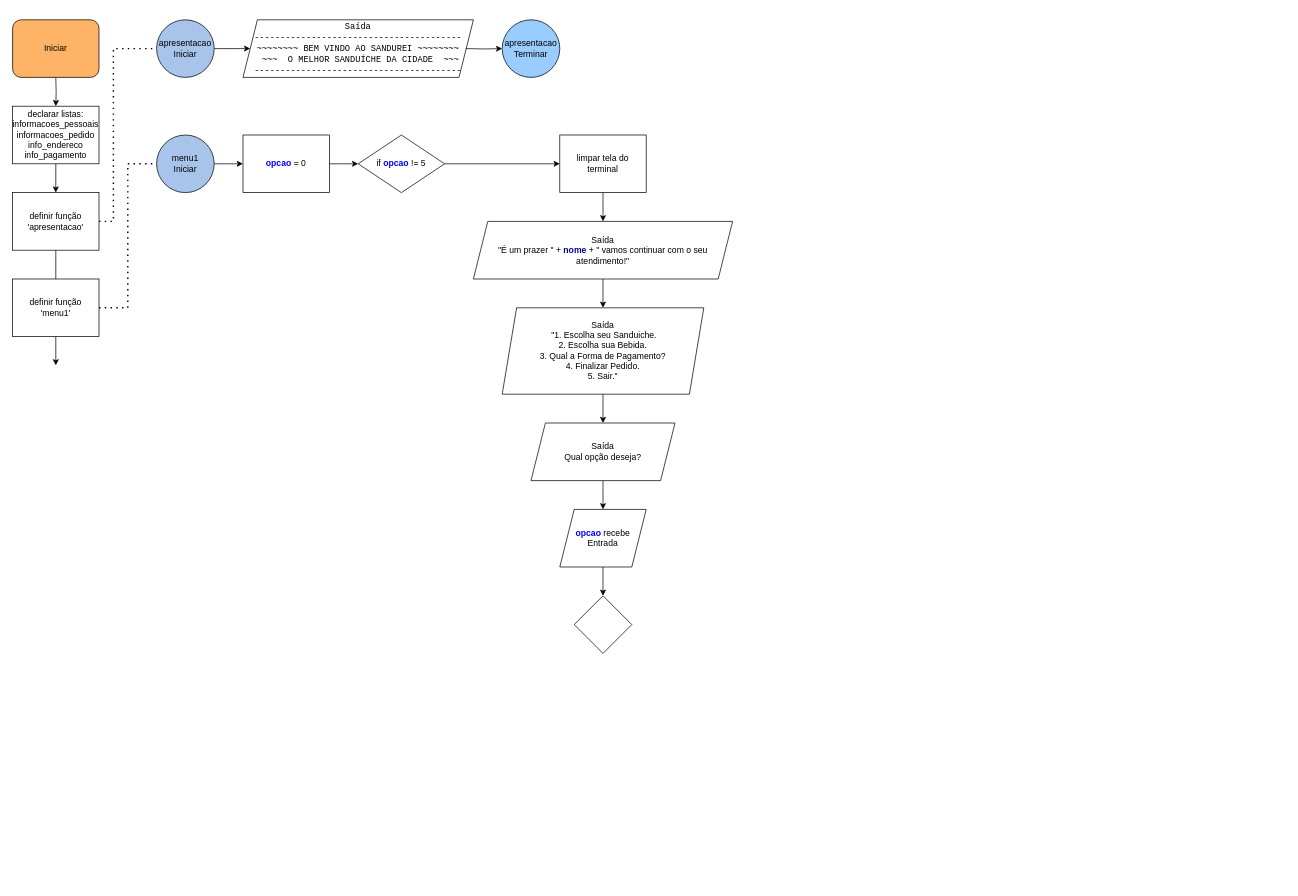
The draw.io diagram Projeto 1/fluxo.drawio in alsantosad/SENAC_RESILIA_ANALISE_DE_DADOS, before the edit. Source tidied: cells renumbered, new cells numbered last; positions are measured from the earlier drawing's top-left corner, leaving out a move shared by most shapes. Both pictures are drawn from the tidied source at 72%, with x=0, y=0 at pixel (12, 19).
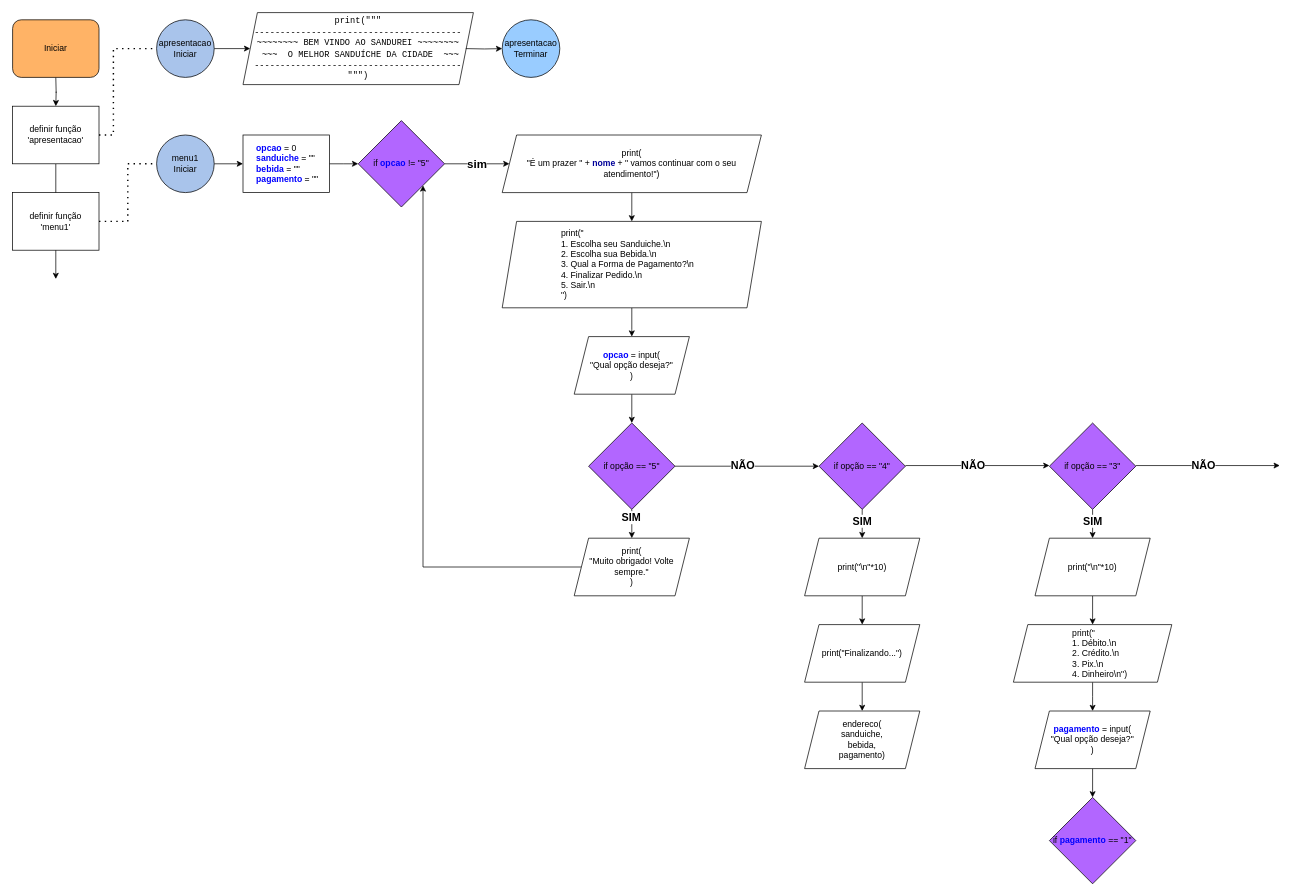
The same diagram, later.

The change refers to these unchanged cells:
```xml
<mxCell id="9" value="&lt;div&gt;apresentacao&lt;/div&gt;&lt;div&gt;Iniciar&lt;/div&gt;" style="ellipse;whiteSpace=wrap;html=1;fillColor=#A9C4EB;" parent="1" vertex="1">
  <mxGeometry x="200" width="80" height="80" as="geometry" />
</mxCell>
<mxCell id="16" value="&lt;div&gt;menu1&lt;/div&gt;&lt;div&gt;Iniciar&lt;/div&gt;" style="ellipse;whiteSpace=wrap;html=1;fillColor=#A9C4EB;" parent="1" vertex="1">
  <mxGeometry x="200" y="160" width="80" height="80" as="geometry" />
</mxCell>
```

What changed in the source:
```diff
@@
-    <mxCell id="2" style="edgeStyle=orthogonalEdgeStyle;rounded=0;jettySize=auto;html=1;entryX=0.5;entryY=0;entryDx=0;entryDy=0;" parent="1" edge="1" target="4">
+    <mxCell id="2" style="edgeStyle=orthogonalEdgeStyle;rounded=0;orthogonalLoop=1;jettySize=auto;html=1;entryX=0.5;entryY=0;entryDx=0;entryDy=0;" parent="1" edge="1">
       <mxGeometry relative="1" as="geometry">
         <mxPoint x="60" y="80" as="sourcePoint" />
+        <mxPoint x="60" y="120" as="targetPoint" />
       </mxGeometry>
     </mxCell>
-    <mxCell id="3" style="edgeStyle=orthogonalEdgeStyle;rounded=0;jettySize=auto;html=1;" parent="1" edge="1" source="4" target="7">
-      <mxGeometry relative="1" as="geometry" />
-    </mxCell>
-    <mxCell id="4" value="&lt;div&gt;declarar listas:&lt;/div&gt;&lt;div&gt;informacoes_pessoais&lt;/div&gt;&lt;div&gt;informacoes_pedido&lt;/div&gt;&lt;div&gt;info_endereco&lt;/div&gt;&lt;div&gt;info_pagamento&lt;br&gt;&lt;/div&gt;" style="rounded=0;whiteSpace=wrap;html=1;" parent="1" vertex="1">
-      <mxGeometry y="120" width="120" height="80" as="geometry" />
-    </mxCell>
@@
     <mxCell id="6" style="edgeStyle=orthogonalEdgeStyle;rounded=0;jettySize=auto;html=1;" parent="1" edge="1" source="7">
       <mxGeometry relative="1" as="geometry">
-        <mxPoint x="60" y="480" as="targetPoint" />
+        <mxPoint x="60" y="360" as="targetPoint" />
       </mxGeometry>
     </mxCell>
     <mxCell id="7" value="&lt;div&gt;definir função&lt;/div&gt;&lt;div&gt;'apresentacao'&lt;br&gt;&lt;/div&gt;" style="rounded=0;whiteSpace=wrap;html=1;" parent="1" vertex="1">
-      <mxGeometry y="240" width="120" height="80" as="geometry" />
+      <mxGeometry y="120" width="120" height="80" as="geometry" />
     </mxCell>
@@
-    <mxCell id="11" value="&lt;div style=&quot;&quot;&gt;&lt;font face=&quot;Consolas&quot;&gt;Saída&lt;/font&gt;&lt;/div&gt;&lt;div style=&quot;&quot;&gt;&lt;font face=&quot;Consolas&quot;&gt;----------------------------------------&lt;/font&gt;&lt;/div&gt;&lt;div style=&quot;&quot;&gt;&lt;font face=&quot;Consolas&quot;&gt;~~~~~~~~ BEM VINDO AO SANDUREI ~~~~~~~~&lt;/font&gt;&lt;/div&gt;&lt;div style=&quot;&quot;&gt;&lt;font face=&quot;Consolas&quot;&gt;&amp;nbsp;~~~&amp;nbsp; O MELHOR SANDUÍCHE DA CIDADE&amp;nbsp; ~~~&lt;/font&gt;&lt;/div&gt;&lt;div style=&quot;&quot;&gt;&lt;font face=&quot;Consolas&quot;&gt;----------------------------------------&lt;/font&gt;&lt;/div&gt;" style="shape=parallelogram;perimeter=parallelogramPerimeter;whiteSpace=wrap;html=1;fixedSize=1;align=center;" parent="1" vertex="1">
-      <mxGeometry x="320" width="320" height="80" as="geometry" />
+    <mxCell id="11" value="&lt;div style=&quot;&quot;&gt;&lt;span style=&quot;font-family: Consolas; background-color: initial;&quot;&gt;print(&quot;&quot;&quot;&lt;/span&gt;&lt;/div&gt;&lt;div style=&quot;&quot;&gt;&lt;span style=&quot;font-family: Consolas; background-color: initial;&quot;&gt;----------------------------------------&lt;/span&gt;&lt;br&gt;&lt;/div&gt;&lt;div style=&quot;&quot;&gt;&lt;font face=&quot;Consolas&quot;&gt;~~~~~~~~ BEM VINDO AO SANDUREI ~~~~~~~~&lt;/font&gt;&lt;/div&gt;&lt;div style=&quot;&quot;&gt;&lt;font face=&quot;Consolas&quot;&gt;&amp;nbsp;~~~&amp;nbsp; O MELHOR SANDUÍCHE DA CIDADE&amp;nbsp; ~~~&lt;/font&gt;&lt;/div&gt;&lt;div style=&quot;&quot;&gt;&lt;font face=&quot;Consolas&quot;&gt;----------------------------------------&lt;/font&gt;&lt;/div&gt;&lt;div style=&quot;&quot;&gt;&lt;font face=&quot;Consolas&quot;&gt;&quot;&quot;&quot;)&lt;/font&gt;&lt;/div&gt;" style="shape=parallelogram;perimeter=parallelogramPerimeter;whiteSpace=wrap;html=1;fixedSize=1;align=center;" parent="1" vertex="1">
+      <mxGeometry x="320" y="-10" width="320" height="100" as="geometry" />
     </mxCell>
@@
     <mxCell id="13" style="endArrow=none;dashed=1;html=1;dashPattern=1 3;strokeWidth=2;rounded=0;exitX=1;exitY=0.5;exitDx=0;exitDy=0;entryX=0;entryY=0.5;entryDx=0;entryDy=0;" parent="1" edge="1" source="7" target="9">
       <mxGeometry relative="1" as="geometry">
         <Array as="points">
-          <mxPoint x="140" y="280" />
+          <mxPoint x="140" y="160" />
           <mxPoint x="140" y="40" />
         </Array>
       </mxGeometry>
     </mxCell>
     <mxCell id="14" value="&lt;div&gt;definir função&lt;/div&gt;&lt;div&gt;'menu1'&lt;br&gt;&lt;/div&gt;" style="rounded=0;whiteSpace=wrap;html=1;" parent="1" vertex="1">
-      <mxGeometry y="360" width="120" height="80" as="geometry" />
+      <mxGeometry y="240" width="120" height="80" as="geometry" />
     </mxCell>
@@
     <mxCell id="17" style="endArrow=none;dashed=1;html=1;dashPattern=1 3;strokeWidth=2;rounded=0;exitX=1;exitY=0.5;exitDx=0;exitDy=0;entryX=0;entryY=0.5;entryDx=0;entryDy=0;" parent="1" edge="1" source="14" target="16">
       <mxGeometry relative="1" as="geometry">
         <Array as="points">
-          <mxPoint x="160" y="400" />
+          <mxPoint x="160" y="280" />
           <mxPoint x="160" y="200" />
         </Array>
       </mxGeometry>
     </mxCell>
@@
-    <mxCell id="19" value="&lt;font color=&quot;#0000ff&quot;&gt;&lt;b&gt;opcao&lt;/b&gt;&lt;/font&gt; = 0" style="rounded=0;whiteSpace=wrap;html=1;" parent="1" vertex="1">
+    <mxCell id="19" value="&lt;font color=&quot;#0000ff&quot;&gt;&lt;b&gt;&amp;nbsp; &amp;nbsp; &amp;nbsp;opcao&lt;/b&gt;&lt;/font&gt; = 0&lt;br&gt;&lt;font style=&quot;&quot; color=&quot;#0000ff&quot;&gt;&lt;b&gt;&amp;nbsp; &amp;nbsp; &amp;nbsp;sanduiche&lt;/b&gt;&amp;nbsp;&lt;/font&gt;= &quot;&quot;&lt;br&gt;&lt;b style=&quot;border-color: var(--border-color); color: rgb(0, 0, 255);&quot;&gt;&amp;nbsp; &amp;nbsp; &amp;nbsp;bebida&amp;nbsp;&lt;/b&gt;= &quot;&quot;&lt;br&gt;&lt;b style=&quot;color: rgb(0, 0, 255);&quot;&gt;&amp;nbsp; &amp;nbsp; &amp;nbsp;pagamento &lt;/b&gt;= &quot;&quot;" style="rounded=0;whiteSpace=wrap;html=1;align=left;" parent="1" vertex="1">
       <mxGeometry x="320" y="160" width="120" height="80" as="geometry" />
     </mxCell>
-    <mxCell id="20" style="edgeStyle=orthogonalEdgeStyle;rounded=0;jettySize=auto;html=1;" parent="1" edge="1" source="21" target="23">
+    <mxCell id="20" value="&lt;b&gt;&lt;font style=&quot;font-size: 16px;&quot;&gt;sim&lt;/font&gt;&lt;/b&gt;" style="edgeStyle=orthogonalEdgeStyle;rounded=0;jettySize=auto;html=1;entryX=0;entryY=0.5;entryDx=0;entryDy=0;" parent="1" edge="1" source="21" target="25">
       <mxGeometry relative="1" as="geometry" />
     </mxCell>
-    <mxCell id="21" value="if &lt;font color=&quot;#0000ff&quot;&gt;&lt;b&gt;opcao&lt;/b&gt;&lt;/font&gt; != 5" style="rhombus;whiteSpace=wrap;html=1;" parent="1" vertex="1">
-      <mxGeometry x="480" y="160" width="120" height="80" as="geometry" />
+    <mxCell id="21" value="if&amp;nbsp;&lt;font color=&quot;#0000ff&quot;&gt;&lt;b&gt;opcao&lt;/b&gt;&lt;/font&gt; != &quot;5&quot;" style="rhombus;whiteSpace=wrap;html=1;fillColor=#B266FF;strokeColor=#000000;" parent="1" vertex="1">
+      <mxGeometry x="480" y="140" width="120" height="120" as="geometry" />
     </mxCell>
-    <mxCell id="22" style="edgeStyle=orthogonalEdgeStyle;rounded=0;jettySize=auto;html=1;" parent="1" edge="1" source="23" target="25">
-      <mxGeometry relative="1" as="geometry" />
-    </mxCell>
-    <mxCell id="23" value="limpar tela do terminal" style="rounded=0;whiteSpace=wrap;html=1;" parent="1" vertex="1">
-      <mxGeometry x="760" y="160" width="120" height="80" as="geometry" />
-    </mxCell>
     <mxCell id="24" style="edgeStyle=orthogonalEdgeStyle;rounded=0;jettySize=auto;html=1;" parent="1" edge="1" source="25" target="27">
-      <mxGeometry relative="1" as="geometry" />
+      <mxGeometry relative="1" as="geometry">
+        <Array as="points">
+          <mxPoint x="860" y="260" />
+          <mxPoint x="860" y="260" />
+        </Array>
+      </mxGeometry>
     </mxCell>
-    <mxCell id="25" value="&lt;div&gt;Saída&lt;/div&gt;&lt;div&gt;&quot;É um prazer &quot; + &lt;font color=&quot;#000099&quot;&gt;&lt;b&gt;nome&lt;/b&gt;&lt;/font&gt; + &quot; vamos continuar com o seu atendimento!&quot;&lt;br&gt;&lt;/div&gt;" style="rounded=0;whiteSpace=wrap;html=1;shape=parallelogram;perimeter=parallelogramPerimeter;fixedSize=1;" parent="1" vertex="1">
-      <mxGeometry x="640" y="280" width="360" height="80" as="geometry" />
+    <mxCell id="25" value="&lt;div&gt;print(&lt;/div&gt;&lt;div&gt;&lt;span style=&quot;background-color: initial;&quot;&gt;&quot;É um prazer &quot; + &lt;/span&gt;&lt;font style=&quot;background-color: initial;&quot; color=&quot;#000099&quot;&gt;&lt;b&gt;nome&lt;/b&gt;&lt;/font&gt;&lt;span style=&quot;background-color: initial;&quot;&gt; + &quot; vamos continuar com o seu atendimento!&quot;)&lt;/span&gt;&lt;/div&gt;" style="rounded=0;whiteSpace=wrap;html=1;shape=parallelogram;perimeter=parallelogramPerimeter;fixedSize=1;" parent="1" vertex="1">
+      <mxGeometry x="680" y="160" width="360" height="80" as="geometry" />
     </mxCell>
-    <mxCell id="26" style="edgeStyle=orthogonalEdgeStyle;rounded=0;jettySize=auto;html=1;" parent="1" edge="1" source="27" target="32">
-      <mxGeometry relative="1" as="geometry" />
+    <mxCell id="26" style="edgeStyle=orthogonalEdgeStyle;rounded=0;jettySize=auto;html=1;entryX=0.5;entryY=0;entryDx=0;entryDy=0;" parent="1" edge="1" source="27" target="30">
+      <mxGeometry relative="1" as="geometry">
+        <Array as="points">
+          <mxPoint x="860" y="430" />
+          <mxPoint x="860" y="430" />
+        </Array>
+      </mxGeometry>
     </mxCell>
-    <mxCell id="27" value="Saída&lt;br&gt;&amp;nbsp;&quot;1. Escolha seu Sanduiche.&lt;br&gt;2. Escolha sua Bebida.&lt;br&gt;3. Qual a Forma de Pagamento?&lt;br&gt;4. Finalizar Pedido.&lt;br&gt;5. Sair.&quot;" style="shape=parallelogram;perimeter=parallelogramPerimeter;whiteSpace=wrap;html=1;fixedSize=1;" parent="1" vertex="1">
-      <mxGeometry x="680" y="400" width="280" height="120" as="geometry" />
+    <mxCell id="27" value="&lt;blockquote style=&quot;margin: 0 0 0 40px; border: none; padding: 0px;&quot;&gt;&lt;blockquote style=&quot;margin: 0 0 0 40px; border: none; padding: 0px;&quot;&gt;print(&quot;&lt;/blockquote&gt;&lt;blockquote style=&quot;margin: 0 0 0 40px; border: none; padding: 0px;&quot;&gt;&lt;div style=&quot;&quot;&gt;&lt;span style=&quot;background-color: initial;&quot;&gt;1. Escolha seu Sanduiche.\n&lt;/span&gt;&lt;/div&gt;&lt;/blockquote&gt;&lt;blockquote style=&quot;margin: 0 0 0 40px; border: none; padding: 0px;&quot;&gt;&lt;div style=&quot;&quot;&gt;&lt;span style=&quot;background-color: initial;&quot;&gt;2. Escolha sua Bebida.\n&lt;/span&gt;&lt;/div&gt;&lt;/blockquote&gt;&lt;blockquote style=&quot;margin: 0 0 0 40px; border: none; padding: 0px;&quot;&gt;&lt;div style=&quot;&quot;&gt;&lt;span style=&quot;background-color: initial;&quot;&gt;3. Qual a Forma de Pagamento?\n&lt;/span&gt;&lt;/div&gt;&lt;/blockquote&gt;&lt;blockquote style=&quot;margin: 0 0 0 40px; border: none; padding: 0px;&quot;&gt;&lt;div style=&quot;&quot;&gt;&lt;span style=&quot;background-color: initial;&quot;&gt;4. Finalizar Pedido.\n&lt;/span&gt;&lt;/div&gt;&lt;/blockquote&gt;&lt;blockquote style=&quot;margin: 0 0 0 40px; border: none; padding: 0px;&quot;&gt;&lt;div style=&quot;&quot;&gt;&lt;span style=&quot;background-color: initial;&quot;&gt;5. Sair.\n&lt;/span&gt;&lt;/div&gt;&lt;/blockquote&gt;&lt;blockquote style=&quot;margin: 0 0 0 40px; border: none; padding: 0px;&quot;&gt;&lt;div style=&quot;&quot;&gt;&lt;span style=&quot;background-color: initial;&quot;&gt;&quot;)&lt;/span&gt;&lt;/div&gt;&lt;/blockquote&gt;&lt;/blockquote&gt;" style="shape=parallelogram;perimeter=parallelogramPerimeter;whiteSpace=wrap;html=1;fixedSize=1;align=left;" parent="1" vertex="1">
+      <mxGeometry x="680" y="280" width="360" height="120" as="geometry" />
     </mxCell>
@@
-    <mxCell id="30" value="&lt;b style=&quot;&quot;&gt;&lt;font color=&quot;#0000ff&quot;&gt;opcao&lt;/font&gt;&amp;nbsp;&lt;/b&gt;recebe&lt;br&gt;Entrada" style="shape=parallelogram;perimeter=parallelogramPerimeter;whiteSpace=wrap;html=1;fixedSize=1;" parent="1" vertex="1">
-      <mxGeometry x="760" y="680" width="120" height="80" as="geometry" />
+    <mxCell id="30" value="&lt;b style=&quot;&quot;&gt;&lt;font color=&quot;#0000ff&quot;&gt;opcao&amp;nbsp;&lt;/font&gt;&lt;/b&gt;= input(&lt;br&gt;&quot;Qual opção deseja?&quot;&lt;br&gt;)" style="shape=parallelogram;perimeter=parallelogramPerimeter;whiteSpace=wrap;html=1;fixedSize=1;" parent="1" vertex="1">
+      <mxGeometry x="780" y="440" width="160" height="80" as="geometry" />
     </mxCell>
-    <mxCell id="31" style="edgeStyle=orthogonalEdgeStyle;rounded=0;jettySize=auto;html=1;" parent="1" edge="1" source="32" target="30">
-      <mxGeometry relative="1" as="geometry" />
-    </mxCell>
-    <mxCell id="32" value="Saída&lt;br&gt;Qual opção deseja?" style="shape=parallelogram;perimeter=parallelogramPerimeter;whiteSpace=wrap;html=1;fixedSize=1;" parent="1" vertex="1">
-      <mxGeometry x="720" y="560" width="200" height="80" as="geometry" />
-    </mxCell>
+    <mxCell id="34" style="edgeStyle=orthogonalEdgeStyle;rounded=0;jettySize=auto;html=1;" parent="1" edge="1" source="33" target="39">
+      <mxGeometry relative="1" as="geometry" />
+    </mxCell>
+    <mxCell id="35" value="&lt;b&gt;&lt;font style=&quot;font-size: 15px;&quot;&gt;SIM&lt;/font&gt;&lt;/b&gt;" style="edgeLabel;html=1;align=center;verticalAlign=middle;" parent="34" vertex="1">
+      <mxGeometry x="-0.48" y="-2" relative="1" as="geometry" />
+    </mxCell>
+    <mxCell id="36" style="edgeStyle=orthogonalEdgeStyle;rounded=0;jettySize=auto;html=1;" parent="1" edge="1" source="33" target="42">
+      <mxGeometry relative="1" as="geometry" />
+    </mxCell>
+    <mxCell id="37" value="&lt;b&gt;&lt;font style=&quot;font-size: 15px;&quot;&gt;NÃO&lt;/font&gt;&lt;/b&gt;" style="edgeLabel;html=1;align=center;verticalAlign=middle;" parent="36" vertex="1">
+      <mxGeometry x="-0.07" y="2" relative="1" as="geometry" />
+    </mxCell>
-    <mxCell id="33" style="rhombus;whiteSpace=wrap;html=1;" parent="1" vertex="1">
-      <mxGeometry x="780" y="800" width="80" height="80" as="geometry" />
+    <mxCell id="33" value="if opção == &quot;5&quot;" style="rhombus;whiteSpace=wrap;html=1;fillColor=#B266FF;strokeColor=#000000;" parent="1" vertex="1">
+      <mxGeometry x="800" y="560" width="120" height="120" as="geometry" />
     </mxCell>
+    <mxCell id="38" style="edgeStyle=orthogonalEdgeStyle;rounded=0;jettySize=auto;html=1;entryX=1;entryY=1;entryDx=0;entryDy=0;" parent="1" edge="1" source="39" target="21">
+      <mxGeometry relative="1" as="geometry">
+        <Array as="points">
+          <mxPoint x="570" y="760" />
+        </Array>
+      </mxGeometry>
+    </mxCell>
+    <mxCell id="39" value="print(&lt;br&gt;&quot;Muito obrigado! Volte sempre.&quot;&lt;br&gt;)" style="shape=parallelogram;perimeter=parallelogramPerimeter;whiteSpace=wrap;html=1;fixedSize=1;" parent="1" vertex="1">
+      <mxGeometry x="780" y="720" width="160" height="80" as="geometry" />
+    </mxCell>
+    <mxCell id="40" style="edgeStyle=orthogonalEdgeStyle;rounded=0;jettySize=auto;html=1;" parent="1" edge="1" source="42" target="44">
+      <mxGeometry relative="1" as="geometry" />
+    </mxCell>
+    <mxCell id="41" value="&lt;font style=&quot;font-size: 15px;&quot;&gt;&lt;b&gt;SIM&lt;/b&gt;&lt;/font&gt;" style="edgeLabel;html=1;align=center;verticalAlign=middle;" parent="40" vertex="1">
+      <mxGeometry x="-0.24" y="-1" relative="1" as="geometry" />
+    </mxCell>
+    <mxCell id="42" value="if opção == &quot;4&quot;" style="rhombus;whiteSpace=wrap;html=1;fillColor=#B266FF;strokeColor=#000000;" parent="1" vertex="1">
+      <mxGeometry x="1120" y="560" width="120" height="120" as="geometry" />
+    </mxCell>
+    <mxCell id="43" style="edgeStyle=orthogonalEdgeStyle;rounded=0;jettySize=auto;html=1;" parent="1" edge="1" source="44" target="46">
+      <mxGeometry relative="1" as="geometry" />
+    </mxCell>
+    <mxCell id="44" value="print(&quot;\n&quot;*10)" style="shape=parallelogram;perimeter=parallelogramPerimeter;whiteSpace=wrap;html=1;fixedSize=1;" parent="1" vertex="1">
+      <mxGeometry x="1100" y="720" width="160" height="80" as="geometry" />
+    </mxCell>
+    <mxCell id="45" style="edgeStyle=orthogonalEdgeStyle;rounded=0;jettySize=auto;html=1;" parent="1" edge="1" source="46" target="47">
+      <mxGeometry relative="1" as="geometry" />
+    </mxCell>
+    <mxCell id="46" value="print(&quot;Finalizando...&quot;)" style="shape=parallelogram;perimeter=parallelogramPerimeter;whiteSpace=wrap;html=1;fixedSize=1;" parent="1" vertex="1">
+      <mxGeometry x="1100" y="840" width="160" height="80" as="geometry" />
+    </mxCell>
+    <mxCell id="47" value="endereco(&lt;br&gt;sanduiche,&lt;br&gt;bebida,&lt;br&gt;pagamento)" style="shape=parallelogram;perimeter=parallelogramPerimeter;whiteSpace=wrap;html=1;fixedSize=1;" parent="1" vertex="1">
+      <mxGeometry x="1100" y="960" width="160" height="80" as="geometry" />
+    </mxCell>
+    <mxCell id="48" style="edgeStyle=orthogonalEdgeStyle;rounded=0;orthogonalLoop=1;jettySize=auto;html=1;" parent="1" edge="1">
+      <mxGeometry relative="1" as="geometry">
+        <mxPoint x="1240" y="619.1" as="sourcePoint" />
+        <mxPoint x="1440" y="619.1" as="targetPoint" />
+      </mxGeometry>
+    </mxCell>
+    <mxCell id="49" value="&lt;b&gt;&lt;font style=&quot;font-size: 15px;&quot;&gt;NÃO&lt;/font&gt;&lt;/b&gt;" style="edgeLabel;html=1;align=center;verticalAlign=middle;" parent="48" vertex="1">
+      <mxGeometry x="-0.07" y="2" relative="1" as="geometry" />
+    </mxCell>
+    <mxCell id="50" style="edgeStyle=orthogonalEdgeStyle;rounded=0;jettySize=auto;html=1;" parent="1" edge="1" source="52">
+      <mxGeometry relative="1" as="geometry">
+        <mxPoint x="1500" y="720" as="targetPoint" />
+      </mxGeometry>
+    </mxCell>
+    <mxCell id="51" value="&lt;font style=&quot;font-size: 15px;&quot;&gt;&lt;b&gt;SIM&lt;/b&gt;&lt;/font&gt;" style="edgeLabel;html=1;align=center;verticalAlign=middle;" parent="50" vertex="1">
+      <mxGeometry x="-0.24" y="-1" relative="1" as="geometry" />
+    </mxCell>
+    <mxCell id="52" value="if opção == &quot;3&quot;" style="rhombus;whiteSpace=wrap;html=1;fillColor=#B266FF;strokeColor=#000000;" parent="1" vertex="1">
+      <mxGeometry x="1440" y="560" width="120" height="120" as="geometry" />
+    </mxCell>
+    <mxCell id="53" style="edgeStyle=orthogonalEdgeStyle;rounded=0;orthogonalLoop=1;jettySize=auto;html=1;" parent="1" edge="1">
+      <mxGeometry relative="1" as="geometry">
+        <mxPoint x="1560" y="619.1" as="sourcePoint" />
+        <mxPoint x="1760" y="619.1" as="targetPoint" />
+      </mxGeometry>
+    </mxCell>
+    <mxCell id="54" value="&lt;b&gt;&lt;font style=&quot;font-size: 15px;&quot;&gt;NÃO&lt;/font&gt;&lt;/b&gt;" style="edgeLabel;html=1;align=center;verticalAlign=middle;" parent="53" vertex="1">
+      <mxGeometry x="-0.07" y="2" relative="1" as="geometry" />
+    </mxCell>
+    <mxCell id="55" style="edgeStyle=orthogonalEdgeStyle;rounded=0;jettySize=auto;html=1;" parent="1" edge="1" source="56" target="58">
+      <mxGeometry relative="1" as="geometry" />
+    </mxCell>
+    <mxCell id="56" value="print(&quot;\n&quot;*10)" style="shape=parallelogram;perimeter=parallelogramPerimeter;whiteSpace=wrap;html=1;fixedSize=1;" parent="1" vertex="1">
+      <mxGeometry x="1420" y="720" width="160" height="80" as="geometry" />
+    </mxCell>
+    <mxCell id="57" style="edgeStyle=orthogonalEdgeStyle;rounded=0;jettySize=auto;html=1;" parent="1" edge="1" source="58">
+      <mxGeometry relative="1" as="geometry">
+        <mxPoint x="1500" y="960" as="targetPoint" />
+      </mxGeometry>
+    </mxCell>
+    <mxCell id="58" value="&lt;blockquote style=&quot;margin: 0 0 0 40px; border: none; padding: 0px;&quot;&gt;&lt;blockquote style=&quot;margin: 0 0 0 40px; border: none; padding: 0px;&quot;&gt;print(&quot;&lt;/blockquote&gt;&lt;blockquote style=&quot;margin: 0 0 0 40px; border: none; padding: 0px;&quot;&gt;&lt;div style=&quot;&quot;&gt;&lt;span style=&quot;background-color: initial;&quot;&gt;1. Débito.\n&lt;/span&gt;&lt;/div&gt;&lt;/blockquote&gt;&lt;blockquote style=&quot;margin: 0 0 0 40px; border: none; padding: 0px;&quot;&gt;&lt;div style=&quot;&quot;&gt;&lt;span style=&quot;background-color: initial;&quot;&gt;2. Crédito.\n&lt;/span&gt;&lt;/div&gt;&lt;/blockquote&gt;&lt;blockquote style=&quot;margin: 0 0 0 40px; border: none; padding: 0px;&quot;&gt;&lt;div style=&quot;&quot;&gt;&lt;span style=&quot;background-color: initial;&quot;&gt;3. Pix.\n&lt;/span&gt;&lt;/div&gt;&lt;/blockquote&gt;&lt;blockquote style=&quot;margin: 0 0 0 40px; border: none; padding: 0px;&quot;&gt;&lt;div style=&quot;&quot;&gt;&lt;span style=&quot;background-color: initial;&quot;&gt;4. Dinheiro\n&lt;/span&gt;&lt;span style=&quot;background-color: initial;&quot;&gt;&quot;)&lt;/span&gt;&lt;/div&gt;&lt;/blockquote&gt;&lt;/blockquote&gt;" style="shape=parallelogram;perimeter=parallelogramPerimeter;whiteSpace=wrap;html=1;fixedSize=1;align=left;" parent="1" vertex="1">
+      <mxGeometry x="1390" y="840" width="220" height="80" as="geometry" />
+    </mxCell>
+    <mxCell id="59" style="edgeStyle=orthogonalEdgeStyle;rounded=0;jettySize=auto;html=1;" parent="1" edge="1" source="60" target="61">
+      <mxGeometry relative="1" as="geometry" />
+    </mxCell>
+    <mxCell id="60" value="&lt;font style=&quot;font-weight: bold;&quot; color=&quot;#0000ff&quot;&gt;pagamento &lt;/font&gt;= input(&lt;br&gt;&quot;Qual opção deseja?&quot;&lt;br&gt;)" style="shape=parallelogram;perimeter=parallelogramPerimeter;whiteSpace=wrap;html=1;fixedSize=1;" parent="1" vertex="1">
+      <mxGeometry x="1420" y="960" width="160" height="80" as="geometry" />
+    </mxCell>
+    <mxCell id="61" value="if&amp;nbsp;&lt;font style=&quot;font-weight: bold;&quot; color=&quot;#0000ff&quot;&gt;pagamento &lt;/font&gt;== &quot;1&quot;" style="rhombus;whiteSpace=wrap;html=1;fillColor=#B266FF;strokeColor=#000000;" parent="1" vertex="1">
+      <mxGeometry x="1440" y="1080" width="120" height="120" as="geometry" />
+    </mxCell>
```
